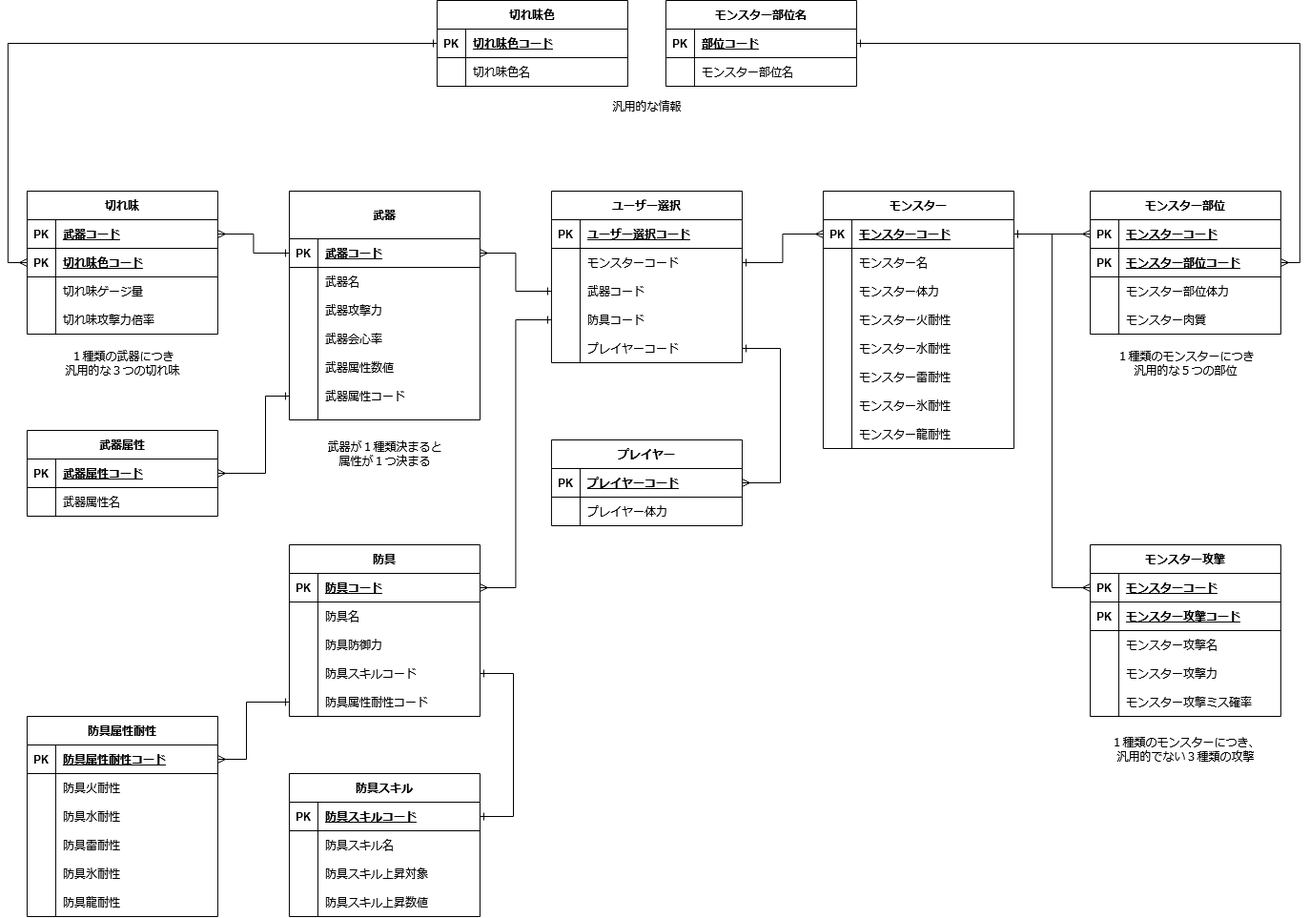
The draw.io diagram uml/ER_diagram.png in KataokaNagi/2C_team3, before a commit. Source tidied: cells renumbered, new cells last; positions are measured from the earlier drawing's top-left corner, leaving out a move shared by most shapes.
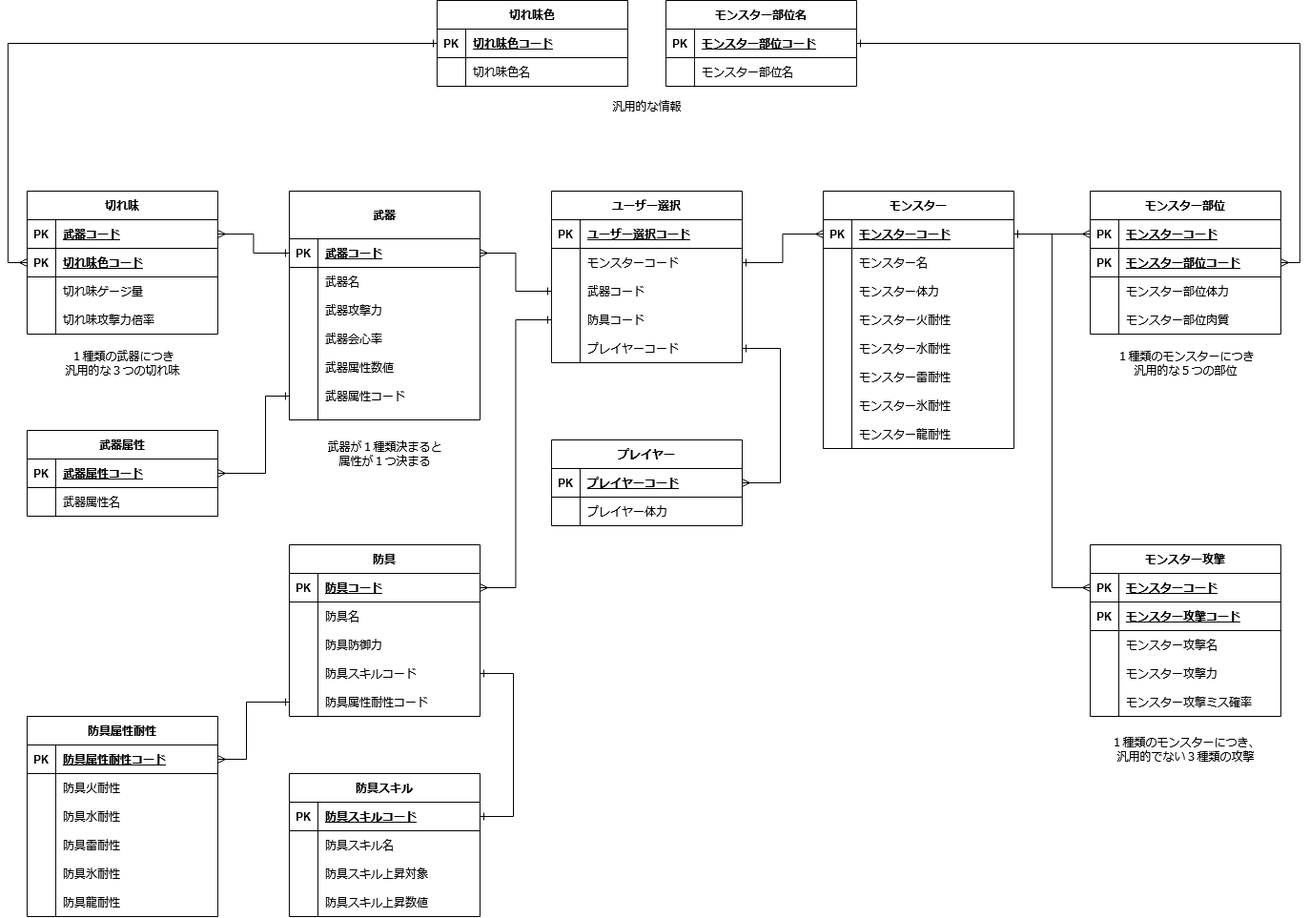
Later version of the same file.

Commit message:
ER図と非正規化した図を変更

Diff of the diagram source:
```diff
@@ -290,7 +290,7 @@
     <mxCell id="97" style="shape=partialRectangle;overflow=hidden;fillColor=none;top=0;left=0;bottom=0;right=0;" parent="96" vertex="1">
       <mxGeometry width="30" height="30" as="geometry" />
     </mxCell>
-    <mxCell id="98" value="モンスター肉質" style="shape=partialRectangle;overflow=hidden;fillColor=none;top=0;left=0;bottom=0;right=0;align=left;spacingLeft=6;" parent="96" vertex="1">
+    <mxCell id="98" value="モンスター部位肉質" style="shape=partialRectangle;overflow=hidden;fillColor=none;top=0;left=0;bottom=0;right=0;align=left;spacingLeft=6;" parent="96" vertex="1">
       <mxGeometry x="30" width="170" height="30" as="geometry" />
     </mxCell>
     <mxCell id="99" style="edgeStyle=orthogonalEdgeStyle;rounded=0;jettySize=auto;html=1;startArrow=ERone;startFill=0;endArrow=ERmany;endFill=0;exitX=1;exitY=0.5;exitDx=0;exitDy=0;" parent="1" edge="1" source="45" target="70">
@@ -436,7 +436,7 @@
     <mxCell id="144" value="PK" style="shape=partialRectangle;overflow=hidden;fillColor=none;top=0;left=0;bottom=0;right=0;fontStyle=1;" parent="143" vertex="1">
       <mxGeometry width="30" height="30" as="geometry" />
     </mxCell>
-    <mxCell id="145" value="部位コード" style="shape=partialRectangle;overflow=hidden;fillColor=none;top=0;left=0;bottom=0;right=0;align=left;spacingLeft=6;fontStyle=5;" parent="143" vertex="1">
+    <mxCell id="145" value="モンスター部位コード" style="shape=partialRectangle;overflow=hidden;fillColor=none;top=0;left=0;bottom=0;right=0;align=left;spacingLeft=6;fontStyle=5;" parent="143" vertex="1">
       <mxGeometry x="30" width="170" height="30" as="geometry" />
     </mxCell>
     <mxCell id="146" style="shape=partialRectangle;fillColor=none;top=0;left=0;right=0;bottom=0;" parent="142" vertex="1">
```
